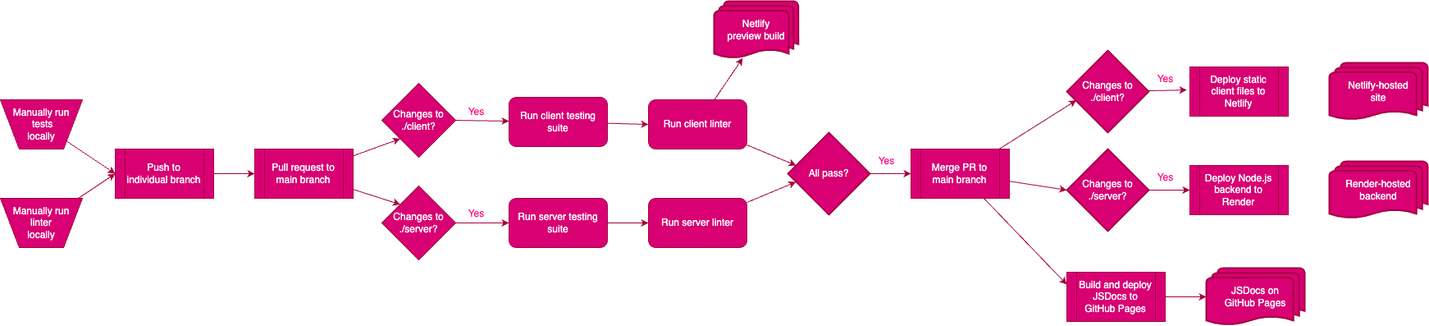
Before: design/architecture/ci/diagram.drawio.png, a diagram exported from draw.io (cse112-sp24-group12/cse112-sp24-group12). Source tidied: cells renumbered, new cells last; positions are measured from the earlier drawing's top-left corner, leaving out a move shared by most shapes. Its diagram source:
```xml
<mxGraphModel>
  <root>
    <mxCell id="0" />
    <mxCell id="1" parent="0" />
    <mxCell id="2" style="edgeStyle=none;html=1;entryX=0;entryY=0.5;entryDx=0;entryDy=0;fillColor=#d80073;strokeColor=#A50040;" parent="1" edge="1" source="3" target="7">
      <mxGeometry relative="1" as="geometry" />
    </mxCell>
    <mxCell id="3" value="Manually run&lt;br&gt;&amp;nbsp;tests&lt;br&gt;locally" style="verticalLabelPosition=middle;verticalAlign=middle;html=1;shape=trapezoid;perimeter=trapezoidPerimeter;whiteSpace=wrap;size=0.23;arcSize=10;flipV=1;labelPosition=center;align=center;fillColor=#d80073;fontColor=#ffffff;strokeColor=#A50040;" parent="1" vertex="1">
      <mxGeometry y="120" width="100" height="60" as="geometry" />
    </mxCell>
    <mxCell id="4" style="edgeStyle=none;html=1;entryX=0;entryY=0.5;entryDx=0;entryDy=0;fillColor=#d80073;strokeColor=#A50040;" parent="1" edge="1" source="5" target="7">
      <mxGeometry relative="1" as="geometry" />
    </mxCell>
    <mxCell id="5" value="Manually run linter&lt;br&gt;locally" style="verticalLabelPosition=middle;verticalAlign=middle;html=1;shape=trapezoid;perimeter=trapezoidPerimeter;whiteSpace=wrap;size=0.23;arcSize=10;flipV=1;labelPosition=center;align=center;fillColor=#d80073;fontColor=#ffffff;strokeColor=#A50040;" parent="1" vertex="1">
      <mxGeometry y="240" width="100" height="60" as="geometry" />
    </mxCell>
    <mxCell id="6" style="edgeStyle=none;html=1;fillColor=#d80073;strokeColor=#A50040;" parent="1" edge="1" source="7" target="10">
      <mxGeometry relative="1" as="geometry" />
    </mxCell>
    <mxCell id="7" value="Push to individual branch" style="shape=process;whiteSpace=wrap;html=1;backgroundOutline=1;fillColor=#d80073;fontColor=#ffffff;strokeColor=#A50040;" parent="1" vertex="1">
      <mxGeometry x="140" y="180" width="120" height="60" as="geometry" />
    </mxCell>
    <mxCell id="8" style="edgeStyle=none;html=1;entryX=0;entryY=1;entryDx=0;entryDy=0;fillColor=#d80073;strokeColor=#A50040;" parent="1" edge="1" source="10" target="12">
      <mxGeometry relative="1" as="geometry" />
    </mxCell>
    <mxCell id="9" style="edgeStyle=none;html=1;entryX=0;entryY=0;entryDx=0;entryDy=0;fillColor=#d80073;strokeColor=#A50040;" parent="1" edge="1" source="10" target="14">
      <mxGeometry relative="1" as="geometry" />
    </mxCell>
    <mxCell id="10" value="Pull request to main branch" style="shape=process;whiteSpace=wrap;html=1;backgroundOutline=1;fillColor=#d80073;fontColor=#ffffff;strokeColor=#A50040;" parent="1" vertex="1">
      <mxGeometry x="310" y="180" width="120" height="60" as="geometry" />
    </mxCell>
    <mxCell id="11" style="edgeStyle=none;html=1;exitX=1;exitY=0.5;exitDx=0;exitDy=0;fillColor=#d80073;strokeColor=#A50040;" parent="1" edge="1" source="12" target="16">
      <mxGeometry relative="1" as="geometry" />
    </mxCell>
    <mxCell id="12" value="Changes to&lt;br&gt;./client?" style="rhombus;whiteSpace=wrap;html=1;fillColor=#d80073;fontColor=#ffffff;strokeColor=#A50040;" parent="1" vertex="1">
      <mxGeometry x="465" y="100" width="90" height="90" as="geometry" />
    </mxCell>
    <mxCell id="13" style="edgeStyle=none;html=1;fillColor=#d80073;strokeColor=#A50040;" parent="1" edge="1" source="14" target="22">
      <mxGeometry relative="1" as="geometry" />
    </mxCell>
    <mxCell id="14" value="Changes to&lt;br&gt;./server?" style="rhombus;whiteSpace=wrap;html=1;fillColor=#d80073;fontColor=#ffffff;strokeColor=#A50040;" parent="1" vertex="1">
      <mxGeometry x="465" y="225" width="90" height="90" as="geometry" />
    </mxCell>
    <mxCell id="15" style="edgeStyle=none;html=1;entryX=0;entryY=0.5;entryDx=0;entryDy=0;fillColor=#d80073;strokeColor=#A50040;" parent="1" edge="1" source="16" target="19">
      <mxGeometry relative="1" as="geometry" />
    </mxCell>
    <mxCell id="16" value="Run client testing&lt;br&gt;suite" style="rounded=1;whiteSpace=wrap;html=1;fillColor=#d80073;fontColor=#ffffff;strokeColor=#A50040;" parent="1" vertex="1">
      <mxGeometry x="620" y="117" width="120" height="60" as="geometry" />
    </mxCell>
    <mxCell id="17" style="edgeStyle=none;html=1;entryX=0.34;entryY=0.989;entryDx=0;entryDy=0;entryPerimeter=0;fillColor=#d80073;strokeColor=#A50040;" parent="1" edge="1" source="19" target="20">
      <mxGeometry relative="1" as="geometry" />
    </mxCell>
    <mxCell id="18" style="edgeStyle=none;html=1;entryX=0.1;entryY=0.4;entryDx=0;entryDy=0;entryPerimeter=0;fillColor=#d80073;strokeColor=#A50040;" parent="1" edge="1" source="19" target="26">
      <mxGeometry relative="1" as="geometry" />
    </mxCell>
    <mxCell id="19" value="Run client linter" style="rounded=1;whiteSpace=wrap;html=1;fillColor=#d80073;fontColor=#ffffff;strokeColor=#A50040;" parent="1" vertex="1">
      <mxGeometry x="790" y="120" width="120" height="60" as="geometry" />
    </mxCell>
    <mxCell id="20" value="Netlify&lt;br&gt;preview build" style="strokeWidth=2;html=1;shape=mxgraph.flowchart.multi-document;whiteSpace=wrap;fillColor=#d80073;fontColor=#ffffff;strokeColor=#A50040;" parent="1" vertex="1">
      <mxGeometry x="870" width="102.7" height="70" as="geometry" />
    </mxCell>
    <mxCell id="21" style="edgeStyle=none;html=1;fillColor=#d80073;strokeColor=#A50040;" parent="1" edge="1" source="22" target="24">
      <mxGeometry relative="1" as="geometry" />
    </mxCell>
    <mxCell id="22" value="Run server testing&lt;br&gt;suite" style="rounded=1;whiteSpace=wrap;html=1;fillColor=#d80073;fontColor=#ffffff;strokeColor=#A50040;" parent="1" vertex="1">
      <mxGeometry x="620" y="240" width="120" height="60" as="geometry" />
    </mxCell>
    <mxCell id="23" style="edgeStyle=none;html=1;entryX=0.098;entryY=0.601;entryDx=0;entryDy=0;entryPerimeter=0;fillColor=#d80073;strokeColor=#A50040;" parent="1" edge="1" source="24" target="26">
      <mxGeometry relative="1" as="geometry" />
    </mxCell>
    <mxCell id="24" value="Run server linter" style="rounded=1;whiteSpace=wrap;html=1;fillColor=#d80073;fontColor=#ffffff;strokeColor=#A50040;" parent="1" vertex="1">
      <mxGeometry x="790" y="240" width="120" height="60" as="geometry" />
    </mxCell>
    <mxCell id="25" style="edgeStyle=none;html=1;entryX=0;entryY=0.5;entryDx=0;entryDy=0;fillColor=#d80073;strokeColor=#A50040;" parent="1" edge="1" source="26" target="41">
      <mxGeometry relative="1" as="geometry" />
    </mxCell>
    <mxCell id="26" value="All pass?" style="strokeWidth=2;html=1;shape=mxgraph.flowchart.decision;whiteSpace=wrap;fillColor=#d80073;fontColor=#ffffff;strokeColor=#A50040;" parent="1" vertex="1">
      <mxGeometry x="960" y="160" width="100" height="100" as="geometry" />
    </mxCell>
    <mxCell id="27" style="edgeStyle=none;html=1;entryX=-0.031;entryY=0.469;entryDx=0;entryDy=0;entryPerimeter=0;fillColor=#d80073;strokeColor=#A50040;" parent="1" edge="1" source="28" target="36">
      <mxGeometry relative="1" as="geometry" />
    </mxCell>
    <mxCell id="28" value="Changes to ./client?" style="strokeWidth=2;html=1;shape=mxgraph.flowchart.decision;whiteSpace=wrap;fillColor=#d80073;fontColor=#ffffff;strokeColor=#A50040;" parent="1" vertex="1">
      <mxGeometry x="1300" y="60" width="100" height="100" as="geometry" />
    </mxCell>
    <mxCell id="29" style="edgeStyle=none;html=1;entryX=0;entryY=0.5;entryDx=0;entryDy=0;fillColor=#d80073;strokeColor=#A50040;" parent="1" edge="1" source="30" target="34">
      <mxGeometry relative="1" as="geometry" />
    </mxCell>
    <mxCell id="30" value="Changes to ./server?" style="strokeWidth=2;html=1;shape=mxgraph.flowchart.decision;whiteSpace=wrap;fillColor=#d80073;fontColor=#ffffff;strokeColor=#A50040;" parent="1" vertex="1">
      <mxGeometry x="1300" y="180" width="100" height="100" as="geometry" />
    </mxCell>
    <mxCell id="31" style="edgeStyle=none;html=1;entryX=0;entryY=0.5;entryDx=0;entryDy=0;entryPerimeter=0;fillColor=#d80073;strokeColor=#A50040;" parent="1" edge="1" source="32" target="33">
      <mxGeometry relative="1" as="geometry" />
    </mxCell>
    <mxCell id="32" value="Build and deploy&lt;br&gt;JSDocs to&lt;br&gt;GitHub Pages" style="shape=process;whiteSpace=wrap;html=1;backgroundOutline=1;fillColor=#d80073;fontColor=#ffffff;strokeColor=#A50040;" parent="1" vertex="1">
      <mxGeometry x="1300" y="330" width="120" height="60" as="geometry" />
    </mxCell>
    <mxCell id="33" value="JSDocs on&lt;br&gt;GitHub Pages" style="strokeWidth=2;html=1;shape=mxgraph.flowchart.multi-document;whiteSpace=wrap;fillColor=#d80073;fontColor=#ffffff;strokeColor=#A50040;" parent="1" vertex="1">
      <mxGeometry x="1470" y="325" width="120" height="70" as="geometry" />
    </mxCell>
    <mxCell id="34" value="Deploy Node.js&lt;br&gt;backend to Render" style="shape=process;whiteSpace=wrap;html=1;backgroundOutline=1;fillColor=#d80073;fontColor=#ffffff;strokeColor=#A50040;" parent="1" vertex="1">
      <mxGeometry x="1450" y="200" width="120" height="60" as="geometry" />
    </mxCell>
    <mxCell id="35" value="Render-hosted&lt;br&gt;backend" style="strokeWidth=2;html=1;shape=mxgraph.flowchart.multi-document;whiteSpace=wrap;fillColor=#d80073;fontColor=#ffffff;strokeColor=#A50040;" parent="1" vertex="1">
      <mxGeometry x="1620" y="195" width="120" height="70" as="geometry" />
    </mxCell>
    <mxCell id="36" value="Deploy static client files to Netlify" style="shape=process;whiteSpace=wrap;html=1;backgroundOutline=1;fillColor=#d80073;fontColor=#ffffff;strokeColor=#A50040;" parent="1" vertex="1">
      <mxGeometry x="1450" y="80" width="120" height="60" as="geometry" />
    </mxCell>
    <mxCell id="37" value="Netlify-hosted&lt;br&gt;site" style="strokeWidth=2;html=1;shape=mxgraph.flowchart.multi-document;whiteSpace=wrap;fillColor=#d80073;fontColor=#ffffff;strokeColor=#A50040;" parent="1" vertex="1">
      <mxGeometry x="1620" y="75" width="120" height="70" as="geometry" />
    </mxCell>
    <mxCell id="38" style="edgeStyle=none;html=1;entryX=0;entryY=0.5;entryDx=0;entryDy=0;entryPerimeter=0;fillColor=#d80073;strokeColor=#A50040;" parent="1" edge="1" source="41" target="30">
      <mxGeometry relative="1" as="geometry" />
    </mxCell>
    <mxCell id="39" style="edgeStyle=none;html=1;entryX=0.116;entryY=0.606;entryDx=0;entryDy=0;entryPerimeter=0;fillColor=#d80073;strokeColor=#A50040;" parent="1" edge="1" source="41" target="28">
      <mxGeometry relative="1" as="geometry" />
    </mxCell>
    <mxCell id="40" style="edgeStyle=none;html=1;entryX=0;entryY=0.25;entryDx=0;entryDy=0;fillColor=#d80073;strokeColor=#A50040;" parent="1" edge="1" source="41" target="32">
      <mxGeometry relative="1" as="geometry" />
    </mxCell>
    <mxCell id="41" value="Merge PR to main branch" style="shape=process;whiteSpace=wrap;html=1;backgroundOutline=1;fillColor=#d80073;fontColor=#ffffff;strokeColor=#A50040;" parent="1" vertex="1">
      <mxGeometry x="1110" y="180" width="120" height="60" as="geometry" />
    </mxCell>
    <mxCell id="42" value="Yes" style="text;html=1;align=center;verticalAlign=middle;strokeColor=none;fillColor=none;fontColor=#FF0080;" parent="1" vertex="1">
      <mxGeometry x="560" y="120" width="40" height="30" as="geometry" />
    </mxCell>
    <mxCell id="43" value="Yes" style="text;html=1;align=center;verticalAlign=middle;strokeColor=none;fillColor=none;fontColor=#FF0080;" parent="1" vertex="1">
      <mxGeometry x="560" y="244" width="40" height="30" as="geometry" />
    </mxCell>
    <mxCell id="44" value="Yes" style="text;html=1;align=center;verticalAlign=middle;strokeColor=none;fillColor=none;fontColor=#FF0080;" parent="1" vertex="1">
      <mxGeometry x="1060" y="180" width="40" height="30" as="geometry" />
    </mxCell>
    <mxCell id="45" value="Yes" style="text;html=1;align=center;verticalAlign=middle;strokeColor=none;fillColor=none;fontColor=#FF0080;" parent="1" vertex="1">
      <mxGeometry x="1400" y="200" width="40" height="30" as="geometry" />
    </mxCell>
    <mxCell id="46" value="Yes" style="text;html=1;align=center;verticalAlign=middle;strokeColor=none;fillColor=none;fontColor=#FF0080;" parent="1" vertex="1">
      <mxGeometry x="1400" y="80" width="40" height="30" as="geometry" />
    </mxCell>
  </root>
</mxGraphModel>
```
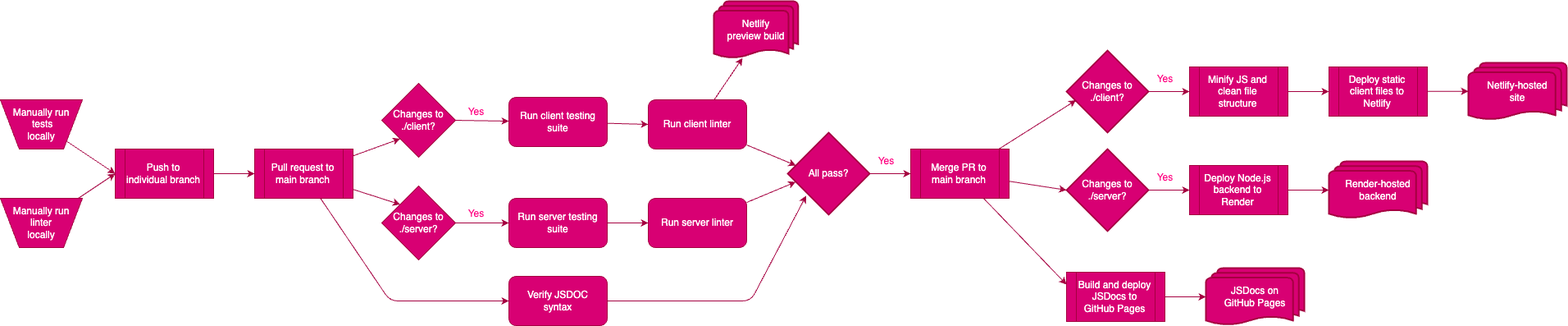
The same diagram one commit later.

The edit, as a diff of the source:
```diff
@@ -26,6 +26,13 @@
     <mxCell id="9" style="edgeStyle=none;html=1;entryX=0;entryY=0;entryDx=0;entryDy=0;fillColor=#d80073;strokeColor=#A50040;" parent="1" edge="1" source="10" target="14">
       <mxGeometry relative="1" as="geometry" />
     </mxCell>
+    <mxCell id="47" style="edgeStyle=none;html=1;entryX=0;entryY=0.5;entryDx=0;entryDy=0;fillColor=#d80073;strokeColor=#A50040;" parent="1" edge="1" source="10" target="53">
+      <mxGeometry relative="1" as="geometry">
+        <Array as="points">
+          <mxPoint x="475" y="365" />
+        </Array>
+      </mxGeometry>
+    </mxCell>
     <mxCell id="10" value="Pull request to main branch" style="shape=process;whiteSpace=wrap;html=1;backgroundOutline=1;fillColor=#d80073;fontColor=#ffffff;strokeColor=#A50040;" parent="1" vertex="1">
       <mxGeometry x="310" y="180" width="120" height="60" as="geometry" />
     </mxCell>
@@ -77,7 +84,7 @@
     <mxCell id="26" value="All pass?" style="strokeWidth=2;html=1;shape=mxgraph.flowchart.decision;whiteSpace=wrap;fillColor=#d80073;fontColor=#ffffff;strokeColor=#A50040;" parent="1" vertex="1">
       <mxGeometry x="960" y="160" width="100" height="100" as="geometry" />
     </mxCell>
-    <mxCell id="27" style="edgeStyle=none;html=1;entryX=-0.031;entryY=0.469;entryDx=0;entryDy=0;entryPerimeter=0;fillColor=#d80073;strokeColor=#A50040;" parent="1" edge="1" source="28" target="36">
+    <mxCell id="27" style="edgeStyle=none;html=1;fillColor=#d80073;strokeColor=#A50040;entryX=0;entryY=0.5;entryDx=0;entryDy=0;" parent="1" edge="1" source="28" target="51">
       <mxGeometry relative="1" as="geometry" />
     </mxCell>
     <mxCell id="28" value="Changes to ./client?" style="strokeWidth=2;html=1;shape=mxgraph.flowchart.decision;whiteSpace=wrap;fillColor=#d80073;fontColor=#ffffff;strokeColor=#A50040;" parent="1" vertex="1">
@@ -105,10 +112,10 @@
       <mxGeometry x="1620" y="195" width="120" height="70" as="geometry" />
     </mxCell>
     <mxCell id="36" value="Deploy static client files to Netlify" style="shape=process;whiteSpace=wrap;html=1;backgroundOutline=1;fillColor=#d80073;fontColor=#ffffff;strokeColor=#A50040;" parent="1" vertex="1">
-      <mxGeometry x="1450" y="80" width="120" height="60" as="geometry" />
+      <mxGeometry x="1620" y="80" width="120" height="60" as="geometry" />
     </mxCell>
     <mxCell id="37" value="Netlify-hosted&lt;br&gt;site" style="strokeWidth=2;html=1;shape=mxgraph.flowchart.multi-document;whiteSpace=wrap;fillColor=#d80073;fontColor=#ffffff;strokeColor=#A50040;" parent="1" vertex="1">
-      <mxGeometry x="1620" y="75" width="120" height="70" as="geometry" />
+      <mxGeometry x="1790" y="75" width="120" height="70" as="geometry" />
     </mxCell>
     <mxCell id="38" style="edgeStyle=none;html=1;entryX=0;entryY=0.5;entryDx=0;entryDy=0;entryPerimeter=0;fillColor=#d80073;strokeColor=#A50040;" parent="1" edge="1" source="41" target="30">
       <mxGeometry relative="1" as="geometry" />
@@ -137,5 +144,33 @@
     <mxCell id="46" value="Yes" style="text;html=1;align=center;verticalAlign=middle;strokeColor=none;fillColor=none;fontColor=#FF0080;" parent="1" vertex="1">
       <mxGeometry x="1400" y="80" width="40" height="30" as="geometry" />
     </mxCell>
+    <mxCell id="48" style="edgeStyle=none;html=1;entryX=0;entryY=0.5;entryDx=0;entryDy=0;fillColor=#d80073;strokeColor=#A50040;" parent="1" edge="1">
+      <mxGeometry relative="1" as="geometry">
+        <mxPoint x="1570" y="230" as="sourcePoint" />
+        <mxPoint x="1620" y="230" as="targetPoint" />
+      </mxGeometry>
+    </mxCell>
+    <mxCell id="49" style="edgeStyle=none;html=1;entryX=0;entryY=0.5;entryDx=0;entryDy=0;fillColor=#d80073;strokeColor=#A50040;" parent="1" edge="1">
+      <mxGeometry relative="1" as="geometry">
+        <mxPoint x="1740" y="109.7" as="sourcePoint" />
+        <mxPoint x="1790" y="109.7" as="targetPoint" />
+      </mxGeometry>
+    </mxCell>
+    <mxCell id="50" style="edgeStyle=none;html=1;fillColor=#d80073;strokeColor=#A50040;" parent="1" edge="1" source="51" target="36">
+      <mxGeometry relative="1" as="geometry" />
+    </mxCell>
+    <mxCell id="51" value="Minify JS and&lt;br&gt;clean file structure" style="shape=process;whiteSpace=wrap;html=1;backgroundOutline=1;fillColor=#d80073;fontColor=#ffffff;strokeColor=#A50040;" parent="1" vertex="1">
+      <mxGeometry x="1450" y="80" width="120" height="60" as="geometry" />
+    </mxCell>
+    <mxCell id="52" style="edgeStyle=none;html=1;entryX=0.225;entryY=0.769;entryDx=0;entryDy=0;entryPerimeter=0;fillColor=#d80073;strokeColor=#A50040;" parent="1" edge="1" source="53" target="26">
+      <mxGeometry relative="1" as="geometry">
+        <Array as="points">
+          <mxPoint x="915" y="365" />
+        </Array>
+      </mxGeometry>
+    </mxCell>
+    <mxCell id="53" value="Verify JSDOC&lt;br&gt;syntax" style="rounded=1;whiteSpace=wrap;html=1;fillColor=#d80073;fontColor=#ffffff;strokeColor=#A50040;" parent="1" vertex="1">
+      <mxGeometry x="620" y="335" width="120" height="60" as="geometry" />
+    </mxCell>
   </root>
 </mxGraphModel>
```
